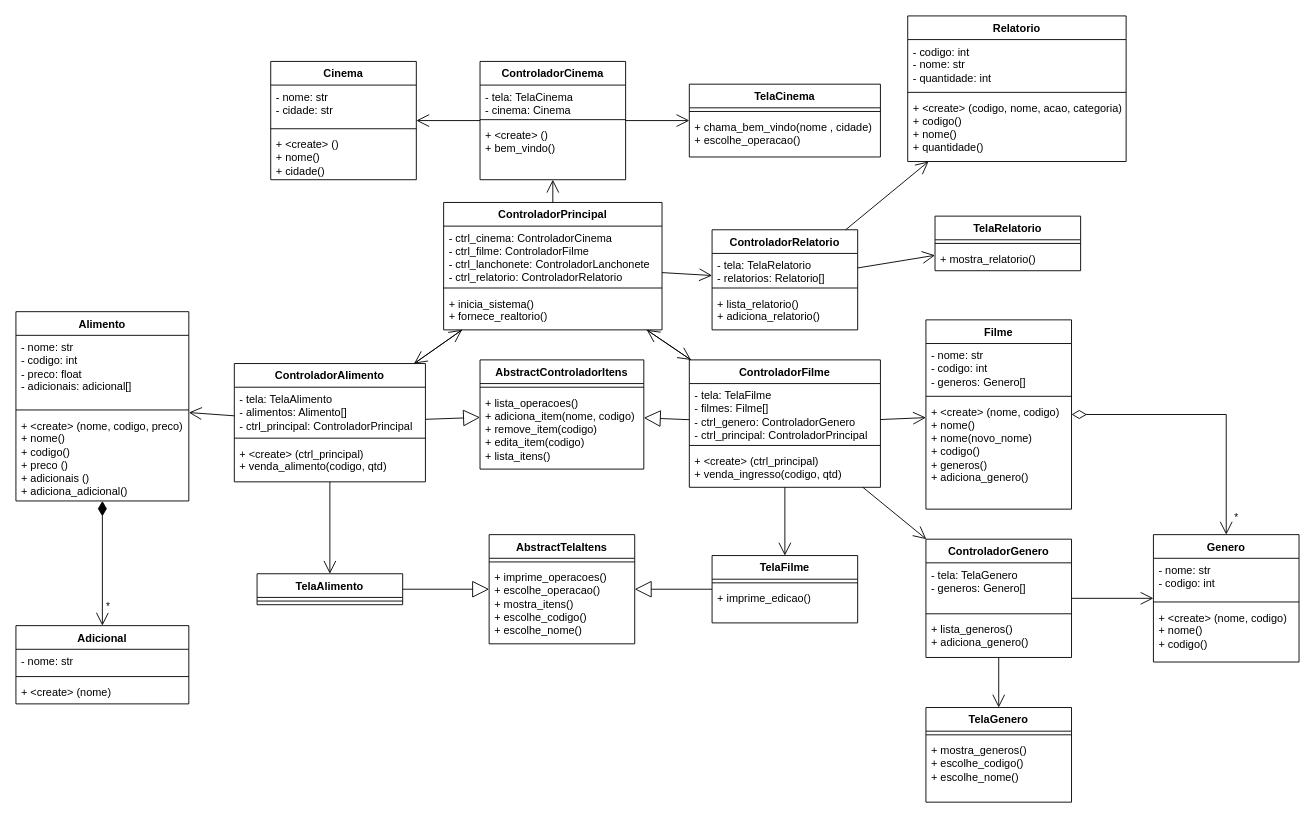
The draw.io diagram ModelagemCinema.drawio in Gustavo-kohler/TrabalhoDSO, before the edit. Source tidied: cells renumbered, new cells numbered last; positions are measured from the earlier drawing's top-left corner, leaving out a move shared by most shapes. Both pictures are drawn from the tidied source at 91%, with x=0, y=0 at pixel (15, 15).
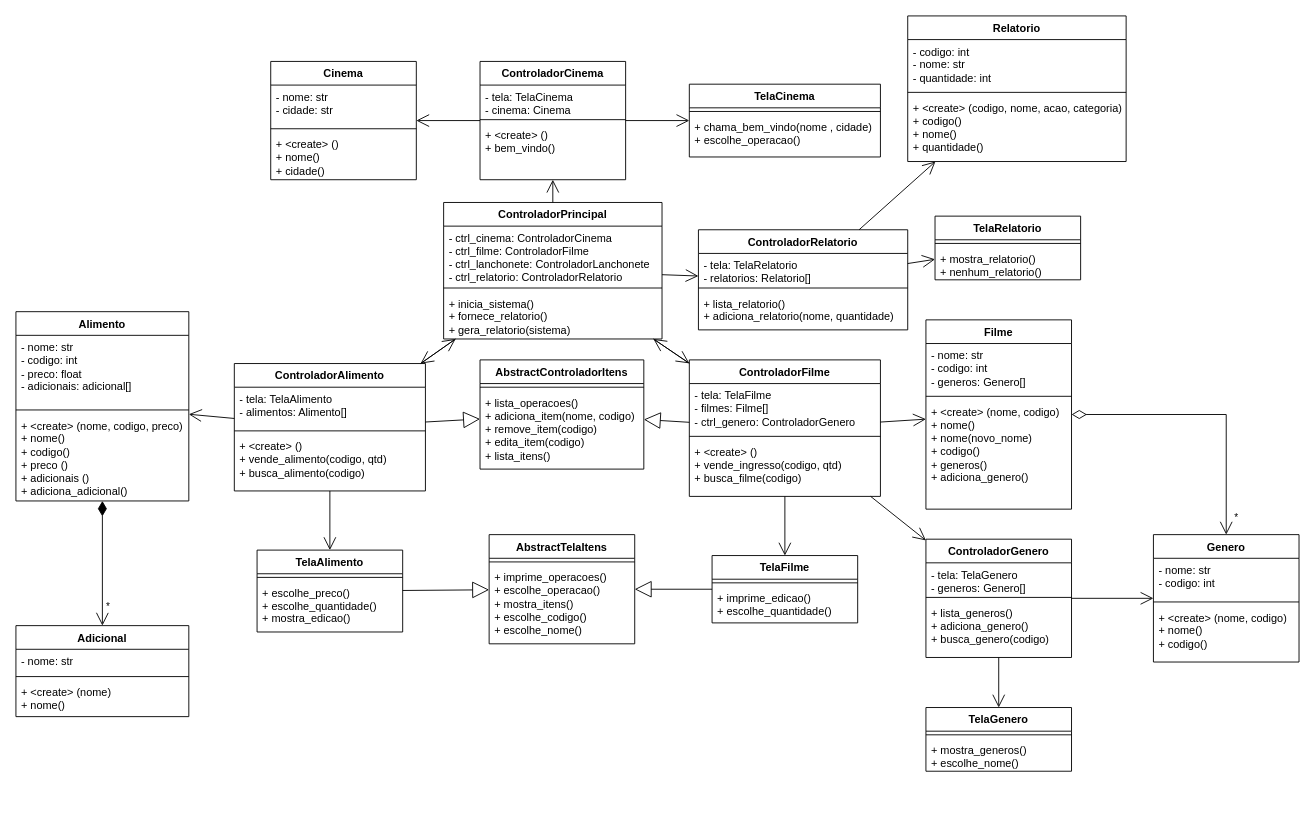
The same page after the edit.

Commit message:
modelagem atualizada

The change refers to these unchanged cells:
```xml
<mxCell id="49" value="ControladorGenero" style="swimlane;fontStyle=1;align=center;verticalAlign=top;horizontal=1;startSize=26;whiteSpace=wrap;html=1;" parent="1" vertex="1">
  <mxGeometry x="1000" y="575" width="160" height="130" as="geometry" />
</mxCell>
<mxCell id="56" value="TelaFilme" style="swimlane;fontStyle=1;align=center;verticalAlign=top;horizontal=1;startSize=26;whiteSpace=wrap;html=1;" parent="1" vertex="1">
  <mxGeometry x="765" y="593" width="160" height="74" as="geometry" />
</mxCell>
```

What changed in the source:
```diff
@@
     <mxCell id="13" value="ControladorPrincipal" style="swimlane;fontStyle=1;align=center;verticalAlign=top;horizontal=1;startSize=26;whiteSpace=wrap;html=1;" parent="1" vertex="1">
-      <mxGeometry x="470" y="205" width="240" height="140" as="geometry" />
+      <mxGeometry x="470" y="205" width="240" height="150" as="geometry" />
     </mxCell>
@@
-    <mxCell id="16" value="+ inicia_sistema()&lt;br&gt;+ fornece_realtorio()" style="text;strokeColor=none;fillColor=none;align=left;verticalAlign=top;spacingLeft=4;spacingRight=4;overflow=hidden;whiteSpace=wrap;html=1;" parent="13" vertex="1">
-      <mxGeometry y="98" width="240" height="42" as="geometry" />
+    <mxCell id="16" value="+ inicia_sistema()&lt;br&gt;+ fornece_relatorio()&lt;br&gt;+ gera_relatorio(sistema)" style="text;strokeColor=none;fillColor=none;align=left;verticalAlign=top;spacingLeft=4;spacingRight=4;overflow=hidden;whiteSpace=wrap;html=1;" parent="13" vertex="1">
+      <mxGeometry y="98" width="240" height="52" as="geometry" />
     </mxCell>
     <mxCell id="17" value="ControladorAlimento" style="swimlane;fontStyle=1;align=center;verticalAlign=top;horizontal=1;startSize=26;whiteSpace=wrap;html=1;" parent="1" vertex="1">
-      <mxGeometry x="240" y="382" width="210" height="130" as="geometry" />
+      <mxGeometry x="240" y="382" width="210" height="140" as="geometry" />
     </mxCell>
-    <mxCell id="18" value="- tela: TelaAlimento&lt;br style=&quot;border-color: var(--border-color);&quot;&gt;- alimentos: Alimento[]&lt;br&gt;- ctrl_principal: ControladorPrincipal" style="text;strokeColor=none;fillColor=none;align=left;verticalAlign=top;spacingLeft=4;spacingRight=4;overflow=hidden;whiteSpace=wrap;html=1;" parent="17" vertex="1">
-      <mxGeometry y="26" width="210" height="52" as="geometry" />
+    <mxCell id="18" value="- tela: TelaAlimento&lt;br style=&quot;border-color: var(--border-color);&quot;&gt;- alimentos: Alimento[]" style="text;strokeColor=none;fillColor=none;align=left;verticalAlign=top;spacingLeft=4;spacingRight=4;overflow=hidden;whiteSpace=wrap;html=1;" parent="17" vertex="1">
+      <mxGeometry y="26" width="210" height="44" as="geometry" />
     </mxCell>
     <mxCell id="19" style="line;strokeWidth=1;fillColor=none;align=left;verticalAlign=middle;spacingTop=-1;spacingLeft=3;spacingRight=3;labelPosition=right;strokeColor=inherit;" parent="17" vertex="1">
-      <mxGeometry y="78" width="210" height="8" as="geometry" />
+      <mxGeometry y="70" width="210" height="8" as="geometry" />
     </mxCell>
-    <mxCell id="20" value="+ &amp;lt;create&amp;gt; (ctrl_principal)&lt;br&gt;+ venda_alimento(codigo, qtd)" style="text;strokeColor=none;fillColor=none;align=left;verticalAlign=top;spacingLeft=4;spacingRight=4;overflow=hidden;whiteSpace=wrap;html=1;" parent="17" vertex="1">
-      <mxGeometry y="86" width="210" height="44" as="geometry" />
+    <mxCell id="20" value="+ &amp;lt;create&amp;gt; ()&lt;br&gt;+ vende_alimento(codigo, qtd)&lt;br&gt;+ busca_alimento(codigo)" style="text;strokeColor=none;fillColor=none;align=left;verticalAlign=top;spacingLeft=4;spacingRight=4;overflow=hidden;whiteSpace=wrap;html=1;" parent="17" vertex="1">
+      <mxGeometry y="78" width="210" height="62" as="geometry" />
     </mxCell>
@@
-    <mxCell id="25" value="TelaAlimento" style="swimlane;fontStyle=1;align=center;verticalAlign=top;horizontal=1;startSize=26;whiteSpace=wrap;html=1;" parent="1" vertex="1">
-      <mxGeometry x="265" y="613" width="160" height="34" as="geometry" />
-    </mxCell>
-    <mxCell id="26" style="line;strokeWidth=1;fillColor=none;align=left;verticalAlign=middle;spacingTop=-1;spacingLeft=3;spacingRight=3;labelPosition=right;strokeColor=inherit;" parent="25" vertex="1">
-      <mxGeometry y="26" width="160" height="8" as="geometry" />
-    </mxCell>
@@
     <mxCell id="34" value="ControladorFilme" style="swimlane;fontStyle=1;align=center;verticalAlign=top;horizontal=1;startSize=26;whiteSpace=wrap;html=1;" parent="1" vertex="1">
-      <mxGeometry x="740" y="378" width="210" height="140" as="geometry" />
+      <mxGeometry x="740" y="378" width="210" height="150" as="geometry" />
     </mxCell>
-    <mxCell id="35" value="- tela: TelaFilme&lt;br style=&quot;border-color: var(--border-color);&quot;&gt;- filmes: Filme[]&lt;br&gt;- ctrl_genero: ControladorGenero&lt;br&gt;- ctrl_principal: ControladorPrincipal" style="text;strokeColor=none;fillColor=none;align=left;verticalAlign=top;spacingLeft=4;spacingRight=4;overflow=hidden;whiteSpace=wrap;html=1;" parent="34" vertex="1">
-      <mxGeometry y="26" width="210" height="64" as="geometry" />
+    <mxCell id="35" value="- tela: TelaFilme&lt;br style=&quot;border-color: var(--border-color);&quot;&gt;- filmes: Filme[]&lt;br&gt;- ctrl_genero: ControladorGenero" style="text;strokeColor=none;fillColor=none;align=left;verticalAlign=top;spacingLeft=4;spacingRight=4;overflow=hidden;whiteSpace=wrap;html=1;" parent="34" vertex="1">
+      <mxGeometry y="26" width="210" height="54" as="geometry" />
     </mxCell>
     <mxCell id="36" style="line;strokeWidth=1;fillColor=none;align=left;verticalAlign=middle;spacingTop=-1;spacingLeft=3;spacingRight=3;labelPosition=right;strokeColor=inherit;" parent="34" vertex="1">
-      <mxGeometry y="90" width="210" height="8" as="geometry" />
+      <mxGeometry y="80" width="210" height="8" as="geometry" />
     </mxCell>
-    <mxCell id="37" value="+ &amp;lt;create&amp;gt; (ctrl_principal)&lt;br&gt;+ venda_ingresso(codigo, qtd)" style="text;strokeColor=none;fillColor=none;align=left;verticalAlign=top;spacingLeft=4;spacingRight=4;overflow=hidden;whiteSpace=wrap;html=1;" parent="34" vertex="1">
-      <mxGeometry y="98" width="210" height="42" as="geometry" />
+    <mxCell id="37" value="+ &amp;lt;create&amp;gt; ()&lt;br&gt;+ vende_ingresso(codigo, qtd)&lt;br&gt;+ busca_filme(codigo)" style="text;strokeColor=none;fillColor=none;align=left;verticalAlign=top;spacingLeft=4;spacingRight=4;overflow=hidden;whiteSpace=wrap;html=1;" parent="34" vertex="1">
+      <mxGeometry y="88" width="210" height="62" as="geometry" />
     </mxCell>
     <mxCell id="38" value="Adicional" style="swimlane;fontStyle=1;align=center;verticalAlign=top;horizontal=1;startSize=26;whiteSpace=wrap;html=1;" parent="1" vertex="1">
-      <mxGeometry y="670" width="190" height="86" as="geometry" />
+      <mxGeometry y="670" width="190" height="100" as="geometry" />
     </mxCell>
@@
-    <mxCell id="41" value="+ &amp;lt;create&amp;gt; (nome)&amp;nbsp;" style="text;strokeColor=none;fillColor=none;align=left;verticalAlign=top;spacingLeft=4;spacingRight=4;overflow=hidden;whiteSpace=wrap;html=1;" parent="38" vertex="1">
-      <mxGeometry y="60" width="190" height="26" as="geometry" />
+    <mxCell id="41" value="+ &amp;lt;create&amp;gt; (nome)&lt;br&gt;+ nome()&amp;nbsp;" style="text;strokeColor=none;fillColor=none;align=left;verticalAlign=top;spacingLeft=4;spacingRight=4;overflow=hidden;whiteSpace=wrap;html=1;" parent="38" vertex="1">
+      <mxGeometry y="60" width="190" height="40" as="geometry" />
     </mxCell>
@@
     <mxCell id="50" value="- tela: TelaGenero&lt;br&gt;- generos: Genero[]" style="text;strokeColor=none;fillColor=none;align=left;verticalAlign=top;spacingLeft=4;spacingRight=4;overflow=hidden;whiteSpace=wrap;html=1;" parent="49" vertex="1">
-      <mxGeometry y="26" width="160" height="52" as="geometry" />
+      <mxGeometry y="26" width="160" height="34" as="geometry" />
     </mxCell>
     <mxCell id="51" style="line;strokeWidth=1;fillColor=none;align=left;verticalAlign=middle;spacingTop=-1;spacingLeft=3;spacingRight=3;labelPosition=right;strokeColor=inherit;" parent="49" vertex="1">
-      <mxGeometry y="78" width="160" height="8" as="geometry" />
+      <mxGeometry y="60" width="160" height="8" as="geometry" />
     </mxCell>
-    <mxCell id="52" value="+ lista_generos()&lt;br&gt;+ adiciona_genero()" style="text;strokeColor=none;fillColor=none;align=left;verticalAlign=top;spacingLeft=4;spacingRight=4;overflow=hidden;whiteSpace=wrap;html=1;" parent="49" vertex="1">
-      <mxGeometry y="86" width="160" height="44" as="geometry" />
+    <mxCell id="52" value="+ lista_generos()&lt;br&gt;+ adiciona_genero()&lt;br&gt;+ busca_genero(codigo)" style="text;strokeColor=none;fillColor=none;align=left;verticalAlign=top;spacingLeft=4;spacingRight=4;overflow=hidden;whiteSpace=wrap;html=1;" parent="49" vertex="1">
+      <mxGeometry y="68" width="160" height="62" as="geometry" />
     </mxCell>
     <mxCell id="53" value="TelaGenero" style="swimlane;fontStyle=1;align=center;verticalAlign=top;horizontal=1;startSize=26;whiteSpace=wrap;html=1;" parent="1" vertex="1">
-      <mxGeometry x="1000" y="760" width="160" height="104" as="geometry" />
+      <mxGeometry x="1000" y="760" width="160" height="70" as="geometry" />
     </mxCell>
@@
-    <mxCell id="55" value="+ mostra_generos()&lt;br&gt;+&amp;nbsp;escolhe_codigo()&lt;br style=&quot;border-color: var(--border-color);&quot;&gt;+ escolhe_nome()" style="text;strokeColor=none;fillColor=none;align=left;verticalAlign=top;spacingLeft=4;spacingRight=4;overflow=hidden;whiteSpace=wrap;html=1;" parent="53" vertex="1">
-      <mxGeometry y="34" width="160" height="70" as="geometry" />
+    <mxCell id="55" value="+ mostra_generos()&lt;br&gt;+ escolhe_nome()" style="text;strokeColor=none;fillColor=none;align=left;verticalAlign=top;spacingLeft=4;spacingRight=4;overflow=hidden;whiteSpace=wrap;html=1;" parent="53" vertex="1">
+      <mxGeometry y="34" width="160" height="36" as="geometry" />
     </mxCell>
@@
-    <mxCell id="58" value="+ imprime_edicao()" style="text;strokeColor=none;fillColor=none;align=left;verticalAlign=top;spacingLeft=4;spacingRight=4;overflow=hidden;whiteSpace=wrap;html=1;" parent="56" vertex="1">
+    <mxCell id="58" value="+ imprime_edicao()&lt;br&gt;+ escolhe_quantidade()" style="text;strokeColor=none;fillColor=none;align=left;verticalAlign=top;spacingLeft=4;spacingRight=4;overflow=hidden;whiteSpace=wrap;html=1;" parent="56" vertex="1">
       <mxGeometry y="34" width="160" height="40" as="geometry" />
     </mxCell>
@@
     <mxCell id="79" value="ControladorRelatorio" style="swimlane;fontStyle=1;align=center;verticalAlign=top;horizontal=1;startSize=26;whiteSpace=wrap;html=1;" parent="1" vertex="1">
-      <mxGeometry x="765" y="235" width="160" height="110" as="geometry" />
+      <mxGeometry x="750" y="235" width="230" height="110" as="geometry" />
     </mxCell>
     <mxCell id="80" value="- tela: TelaRelatorio&lt;br&gt;- relatorios: Relatorio[]" style="text;strokeColor=none;fillColor=none;align=left;verticalAlign=top;spacingLeft=4;spacingRight=4;overflow=hidden;whiteSpace=wrap;html=1;" parent="79" vertex="1">
-      <mxGeometry y="26" width="160" height="34" as="geometry" />
+      <mxGeometry y="26" width="230" height="34" as="geometry" />
     </mxCell>
     <mxCell id="81" style="line;strokeWidth=1;fillColor=none;align=left;verticalAlign=middle;spacingTop=-1;spacingLeft=3;spacingRight=3;labelPosition=right;strokeColor=inherit;" parent="79" vertex="1">
-      <mxGeometry y="60" width="160" height="8" as="geometry" />
+      <mxGeometry y="60" width="230" height="8" as="geometry" />
     </mxCell>
-    <mxCell id="82" value="+ lista_relatorio()&lt;br&gt;+ adiciona_relatorio()" style="text;strokeColor=none;fillColor=none;align=left;verticalAlign=top;spacingLeft=4;spacingRight=4;overflow=hidden;whiteSpace=wrap;html=1;" parent="79" vertex="1">
-      <mxGeometry y="68" width="160" height="42" as="geometry" />
+    <mxCell id="82" value="+ lista_relatorio()&lt;br&gt;+ adiciona_relatorio(nome, quantidade)" style="text;strokeColor=none;fillColor=none;align=left;verticalAlign=top;spacingLeft=4;spacingRight=4;overflow=hidden;whiteSpace=wrap;html=1;" parent="79" vertex="1">
+      <mxGeometry y="68" width="230" height="42" as="geometry" />
     </mxCell>
@@
     <mxCell id="87" value="TelaRelatorio" style="swimlane;fontStyle=1;align=center;verticalAlign=top;horizontal=1;startSize=26;whiteSpace=wrap;html=1;" parent="1" vertex="1">
-      <mxGeometry x="1010" y="220" width="160" height="60" as="geometry" />
+      <mxGeometry x="1010" y="220" width="160" height="70" as="geometry" />
     </mxCell>
@@
-    <mxCell id="89" value="+ mostra_relatorio()" style="text;strokeColor=none;fillColor=none;align=left;verticalAlign=top;spacingLeft=4;spacingRight=4;overflow=hidden;whiteSpace=wrap;html=1;" parent="87" vertex="1">
-      <mxGeometry y="34" width="160" height="26" as="geometry" />
+    <mxCell id="89" value="+ mostra_relatorio()&lt;br&gt;+ nenhum_relatorio()" style="text;strokeColor=none;fillColor=none;align=left;verticalAlign=top;spacingLeft=4;spacingRight=4;overflow=hidden;whiteSpace=wrap;html=1;" parent="87" vertex="1">
+      <mxGeometry y="34" width="160" height="36" as="geometry" />
     </mxCell>
@@
+    <mxCell id="25" value="TelaAlimento" style="swimlane;fontStyle=1;align=center;verticalAlign=top;horizontal=1;startSize=26;" parent="1" vertex="1">
+      <mxGeometry x="265" y="587" width="160" height="90" as="geometry" />
+    </mxCell>
+    <mxCell id="26" style="line;strokeWidth=1;fillColor=none;align=left;verticalAlign=middle;spacingTop=-1;spacingLeft=3;spacingRight=3;labelPosition=right;strokeColor=inherit;" parent="25" vertex="1">
+      <mxGeometry y="26" width="160" height="8" as="geometry" />
+    </mxCell>
+    <mxCell id="95" value="+ escolhe_preco()&#10;+ escolhe_quantidade()&#10;+ mostra_edicao()" style="text;strokeColor=none;fillColor=none;align=left;verticalAlign=top;spacingLeft=4;spacingRight=4;overflow=hidden;" parent="25" vertex="1">
+      <mxGeometry y="34" width="160" height="56" as="geometry" />
+    </mxCell>
```
